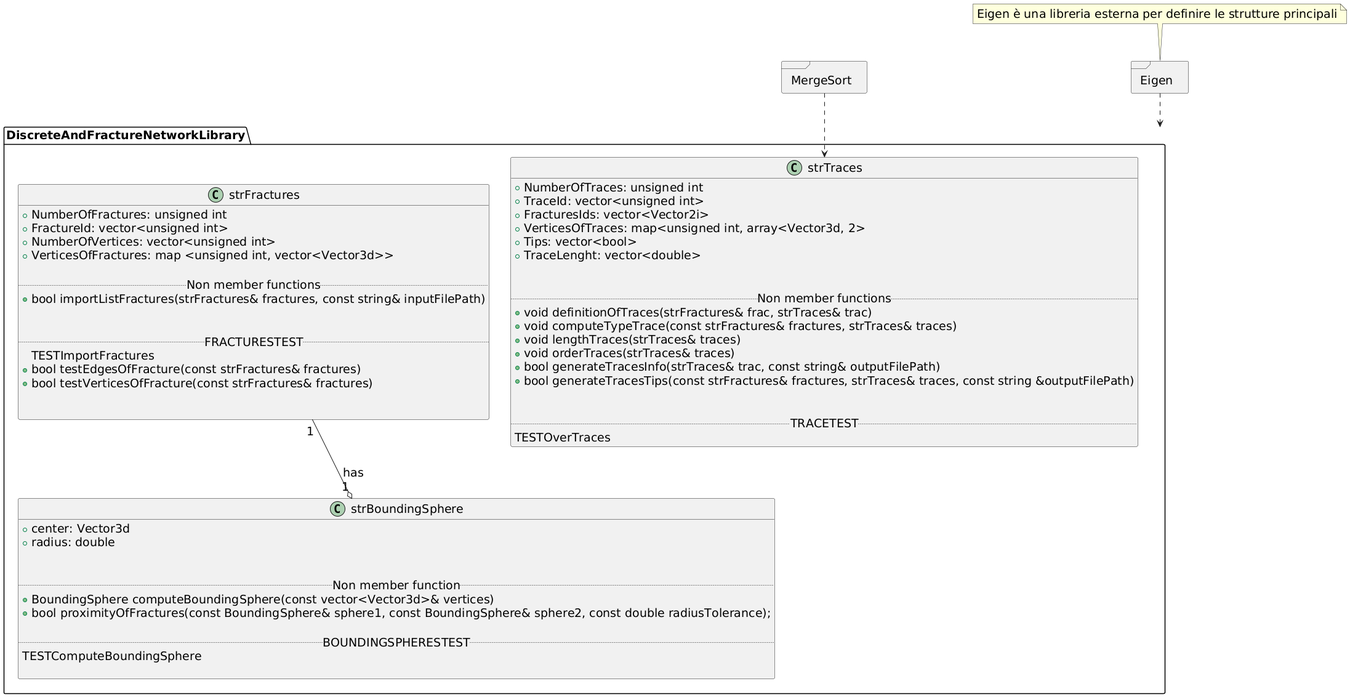
Earlier version of the PlantUML export Documentazione/Documentazione_UML.png (AlessiaMaina/CONSEGNA_PROGETTO_PCS2024).
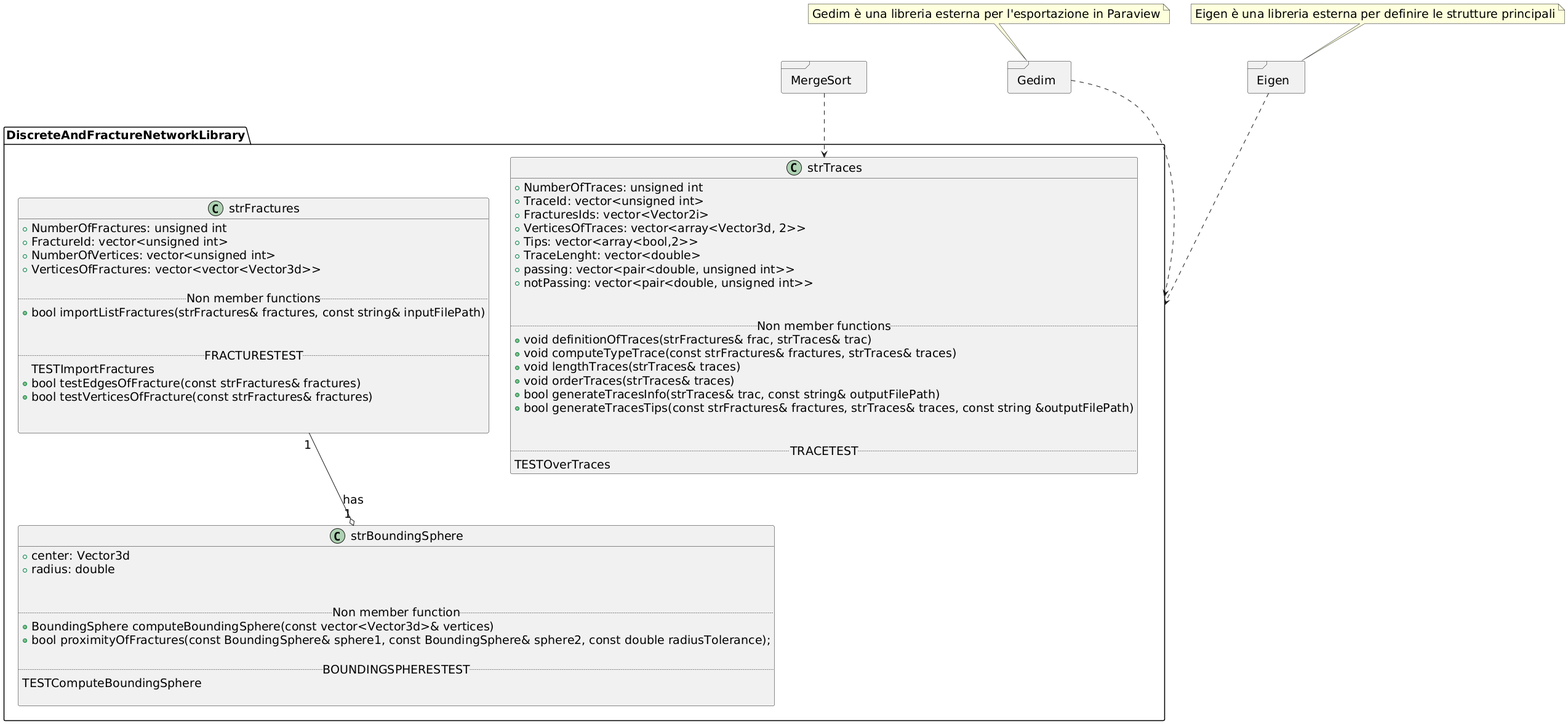
Above is the later version.

Commit message:
TERMINE progetto

The edit, as a diff of the source:
```diff
@@ -1,5 +1,6 @@
 @startuml
 skinparam defaultFontSize 19
+
 
 package DiscreteAndFractureNetworkLibrary
 {
@@ -9,7 +10,7 @@
 + NumberOfFractures: unsigned int
 + FractureId: vector<unsigned int>
 + NumberOfVertices: vector<unsigned int>
-+ VerticesOfFractures: map <unsigned int, vector<Vector3d>>
++ VerticesOfFractures: vector<vector<Vector3d>>
 
 ..Non member functions ..
 + bool importListFractures(strFractures& fractures, const string& inputFilePath)
@@ -47,9 +48,11 @@
 + NumberOfTraces: unsigned int
 + TraceId: vector<unsigned int>
 + FracturesIds: vector<Vector2i>
-+ VerticesOfTraces: map<unsigned int, array<Vector3d, 2>
-+ Tips: vector<bool>
++ VerticesOfTraces: vector<array<Vector3d, 2>>
++ Tips: vector<array<bool,2>>
 + TraceLenght: vector<double>
++ passing: vector<pair<double, unsigned int>>
++ notPassing: vector<pair<double, unsigned int>>
 
 
 ..Non member functions ..
@@ -67,11 +70,23 @@
 
 }
 
+
+
 package MergeSort <<Frame>>
 {
 }
 
 MergeSort..> strTraces
+
+
+
+package Gedim <<Frame>>
+{
+}
+note "Gedim è una libreria esterna per l'esportazione in Paraview" as GedimN
+GedimN..Gedim
+
+Gedim ..> DiscreteAndFractureNetworkLibrary::gedimInterface
 
 
 
```
